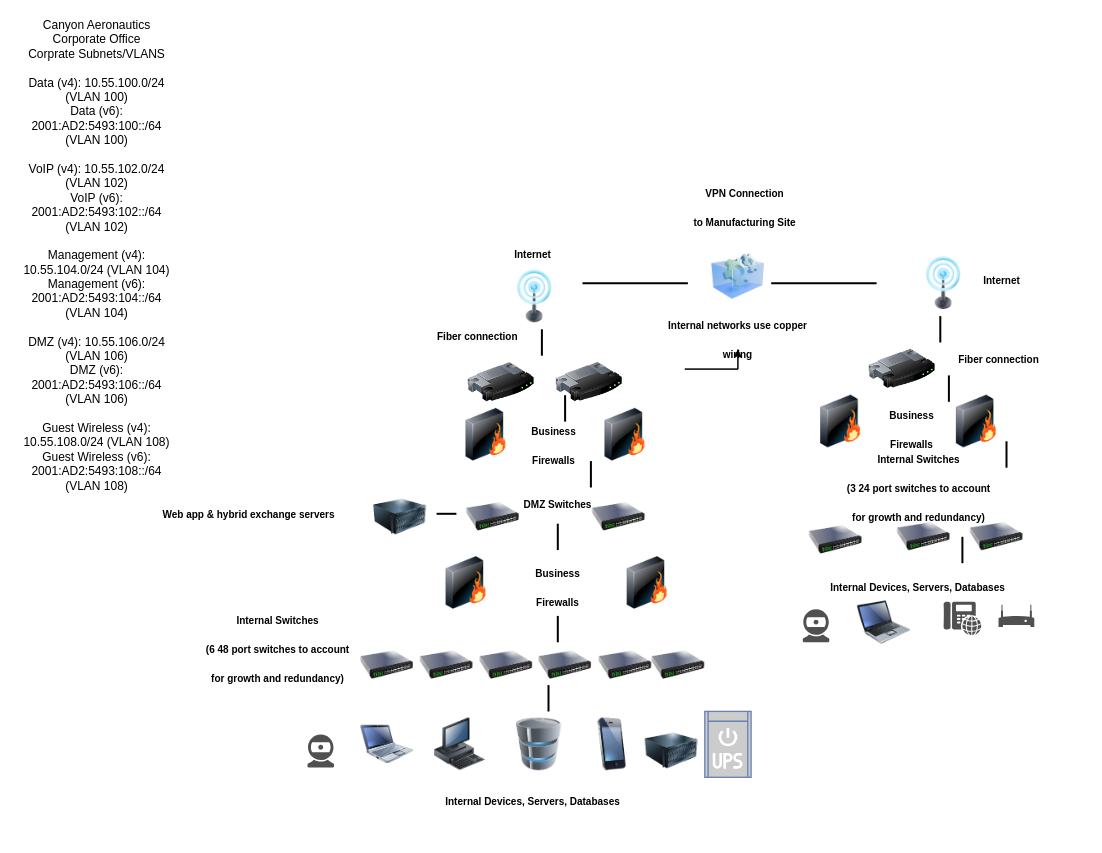
Earlier version of the draw.io diagram netdiagrams/Untitled Diagram.drawio (cyberqueenmeg/itt-116). Source tidied: cells renumbered, new cells numbered last; positions are measured from the earlier drawing's top-left corner, leaving out a move shared by most shapes. Both pictures are drawn from the tidied source at 100%, with x=0, y=0 at pixel (17, 97).
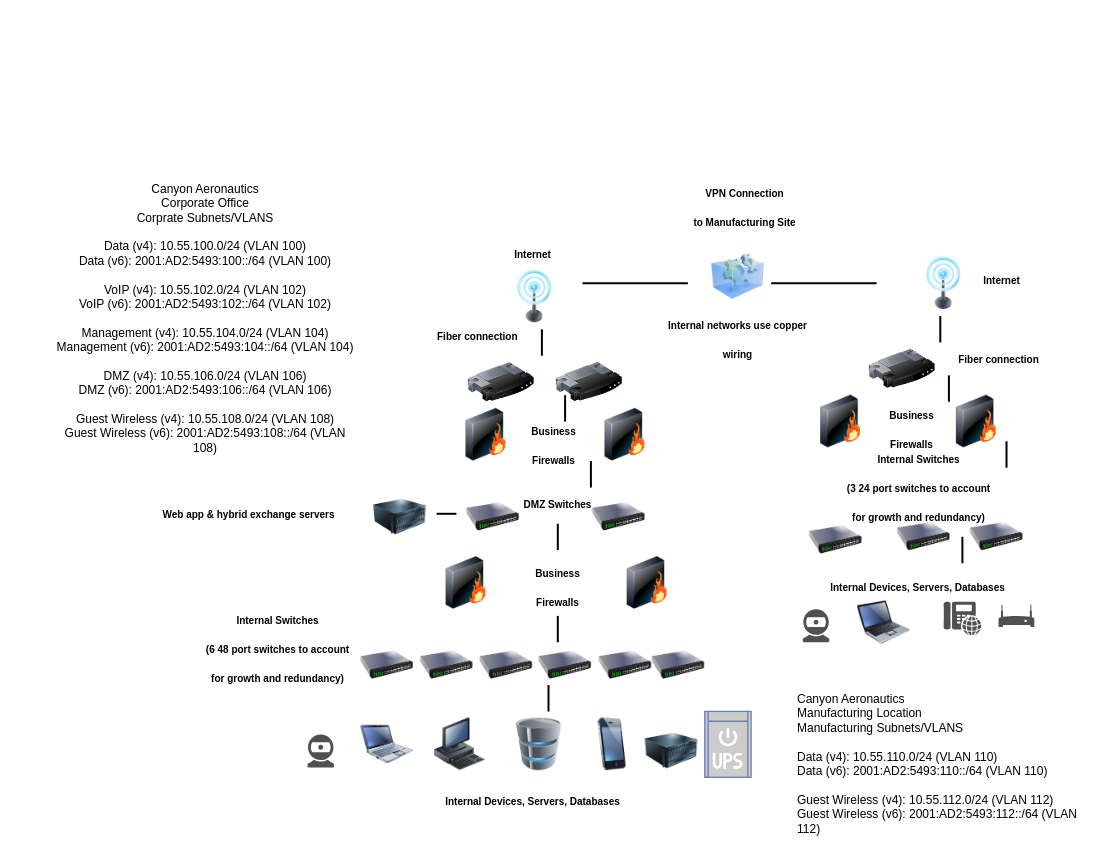
The same page after the edit.

The change refers to these unchanged cells:
```xml
<mxCell id="61" value="&lt;font style=&quot;font-size: 10px;&quot;&gt;Internal networks use copper&lt;br&gt;wiring&lt;/font&gt;" style="text;strokeColor=none;fillColor=none;html=1;fontSize=24;fontStyle=1;verticalAlign=middle;align=center;" parent="1" vertex="1">
  <mxGeometry x="687.3" y="225.2" width="66.2" height="26.4" as="geometry" />
</mxCell>
```

Diff of the diagram source:
```diff
@@
     <mxCell id="2" value="Canyon Aeronautics&lt;br&gt;Corporate Office&lt;br&gt;Corprate Subnets/VLANS&lt;br&gt;&lt;br&gt;Data (v4): 10.55.100.0/24 (VLAN 100)&lt;br&gt;Data (v6): 2001:AD2:5493:100::/64 (VLAN 100)&lt;br&gt;&lt;br&gt;VoIP (v4): 10.55.102.0/24 (VLAN 102)&lt;br style=&quot;border-color: var(--border-color);&quot;&gt;VoIP (v6): 2001:AD2:5493:102::/64 (VLAN 102)&lt;br&gt;&lt;br&gt;Management (v4): 10.55.104.0/24 (VLAN 104)&lt;br style=&quot;border-color: var(--border-color);&quot;&gt;Management (v6): 2001:AD2:5493:104::/64 (VLAN 104)&lt;br&gt;&lt;br&gt;DMZ (v4): 10.55.106.0/24 (VLAN 106)&lt;br style=&quot;border-color: var(--border-color);&quot;&gt;DMZ (v6): 2001:AD2:5493:106::/64 (VLAN 106)&lt;br&gt;&lt;br&gt;Guest Wireless (v4): 10.55.108.0/24 (VLAN 108)&lt;br style=&quot;border-color: var(--border-color);&quot;&gt;Guest Wireless (v6): 2001:AD2:5493:108::/64 (VLAN 108)" style="text;strokeColor=none;align=center;fillColor=none;html=1;verticalAlign=middle;whiteSpace=wrap;rounded=0;" parent="1" vertex="1">
-      <mxGeometry width="159" height="315" as="geometry" />
+      <mxGeometry x="33" y="63" width="310" height="315" as="geometry" />
     </mxCell>
@@
-    <mxCell id="66" style="edgeStyle=orthogonalEdgeStyle;rounded=0;orthogonalLoop=1;jettySize=auto;html=1;exitX=0.5;exitY=1;exitDx=0;exitDy=0;" parent="1" edge="1" source="61" target="61">
-      <mxGeometry relative="1" as="geometry" />
-    </mxCell>
+    <mxCell id="67" value="Canyon Aeronautics&lt;br&gt;Manufacturing Location&lt;br&gt;Manufacturing Subnets/VLANS&lt;br&gt;&lt;br&gt;Data (v4): 10.55.110.0/24 (VLAN 110)&lt;br&gt;Data (v6): 2001:AD2:5493:110::/64 (VLAN 110)&lt;br&gt;&lt;br&gt;Guest Wireless (v4): 10.55.112.0/24 (VLAN 112)&lt;br&gt;Guest Wireless (v6): 2001:AD2:5493:112::/64 (VLAN 112)" style="text;whiteSpace=wrap;html=1;" parent="1" vertex="1">
+      <mxGeometry x="777.8" y="587.6" width="290" height="150" as="geometry" />
+    </mxCell>
```
